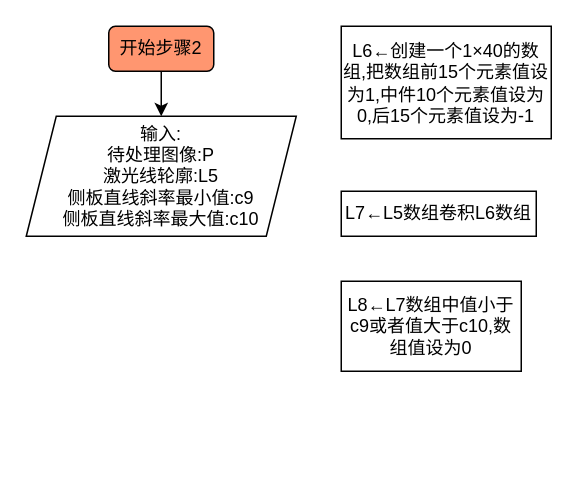
Before: 未命名绘图1.drawio in qubo188612/Visio, a draw.io diagram. Source tidied: cells renumbered, new cells numbered last; positions are measured from the earlier drawing's top-left corner, leaving out a move shared by most shapes. Both pictures are drawn from the tidied source at 150%, with x=0, y=0 at pixel (26, 26).
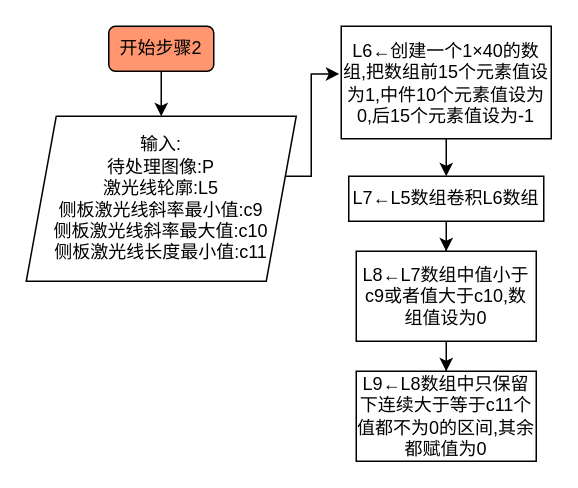
The same page after the edit.

Commit message (it also covers changes not shown here):
更新未命名绘图1.drawio

Diff of the diagram source:
```diff
@@
 <mxGraphModel>
   <root>
     <mxCell id="0" />
     <mxCell id="1" parent="0" />
+    <mxCell id="8" style="edgeStyle=orthogonalEdgeStyle;rounded=0;jettySize=auto;html=1;" parent="1" edge="1" source="2" target="3">
+      <mxGeometry relative="1" as="geometry" />
+    </mxCell>
     <mxCell id="2" value="L6←创建一个1×40的数组,把数组前15个元素值设为1,中件10个元素值设为0,后15个元素值设为-1" style="rounded=0;whiteSpace=wrap;html=1;" parent="1" vertex="1">
       <mxGeometry x="210" width="140" height="75" as="geometry" />
     </mxCell>
+    <mxCell id="9" style="edgeStyle=orthogonalEdgeStyle;rounded=0;jettySize=auto;html=1;" parent="1" edge="1" source="3" target="4">
+      <mxGeometry relative="1" as="geometry" />
+    </mxCell>
     <mxCell id="3" value="L7←L5数组卷积L6数组" style="rounded=0;whiteSpace=wrap;html=1;" parent="1" vertex="1">
-      <mxGeometry x="210" y="110" width="130" height="30" as="geometry" />
+      <mxGeometry x="215" y="100" width="130" height="30" as="geometry" />
     </mxCell>
+    <mxCell id="10" style="edgeStyle=orthogonalEdgeStyle;rounded=0;jettySize=auto;html=1;" parent="1" edge="1" source="4" target="12">
+      <mxGeometry relative="1" as="geometry" />
+    </mxCell>
     <mxCell id="4" value="L8←L7数组中值小于c9或者值大于c10,数组值设为0" style="rounded=0;whiteSpace=wrap;html=1;" parent="1" vertex="1">
-      <mxGeometry x="210" y="170" width="120" height="60" as="geometry" />
+      <mxGeometry x="220" y="150" width="120" height="60" as="geometry" />
     </mxCell>
     <mxCell id="5" style="edgeStyle=orthogonalEdgeStyle;rounded=0;jettySize=auto;html=1;" parent="1" edge="1" source="6" target="7">
       <mxGeometry relative="1" as="geometry" />
     </mxCell>
     <mxCell id="6" value="开始步骤2" style="rounded=1;whiteSpace=wrap;html=1;fillColor=#FF9670;" parent="1" vertex="1">
       <mxGeometry x="55" width="70" height="30" as="geometry" />
     </mxCell>
+    <mxCell id="11" style="edgeStyle=orthogonalEdgeStyle;rounded=0;jettySize=auto;html=1;exitX=1;exitY=0.5;exitDx=0;exitDy=0;entryX=-0.009;entryY=0.424;entryDx=0;entryDy=0;entryPerimeter=0;" parent="1" edge="1" source="7" target="2">
+      <mxGeometry relative="1" as="geometry">
+        <Array as="points">
+          <mxPoint x="190" y="100" />
+          <mxPoint x="190" y="32" />
+        </Array>
+      </mxGeometry>
+    </mxCell>
-    <mxCell id="7" value="输入:&lt;br&gt;待处理图像:P&lt;br&gt;激光线轮廓:L5&lt;br&gt;侧板直线斜率最小值:c9&lt;br style=&quot;border-color: var(--border-color);&quot;&gt;侧板直线斜率最大值:c10" style="shape=parallelogram;perimeter=parallelogramPerimeter;whiteSpace=wrap;html=1;fixedSize=1;" parent="1" vertex="1">
-      <mxGeometry y="60" width="180" height="80" as="geometry" />
+    <mxCell id="7" value="输入:&lt;br&gt;待处理图像:P&lt;br&gt;激光线轮廓:L5&lt;br&gt;侧板激光线斜率最小值:c9&lt;br style=&quot;border-color: var(--border-color);&quot;&gt;侧板激光线斜率最大值:c10&lt;br&gt;侧板激光线长度最小值:c11" style="shape=parallelogram;perimeter=parallelogramPerimeter;whiteSpace=wrap;html=1;fixedSize=1;" parent="1" vertex="1">
+      <mxGeometry y="60" width="180" height="110" as="geometry" />
     </mxCell>
+    <mxCell id="12" value="L9←L8数组中只保留下连续大于等于c11个值都不为0的区间,其余都赋值为0" style="rounded=0;whiteSpace=wrap;html=1;" parent="1" vertex="1">
+      <mxGeometry x="220" y="230" width="120" height="60" as="geometry" />
+    </mxCell>
   </root>
 </mxGraphModel>
```
